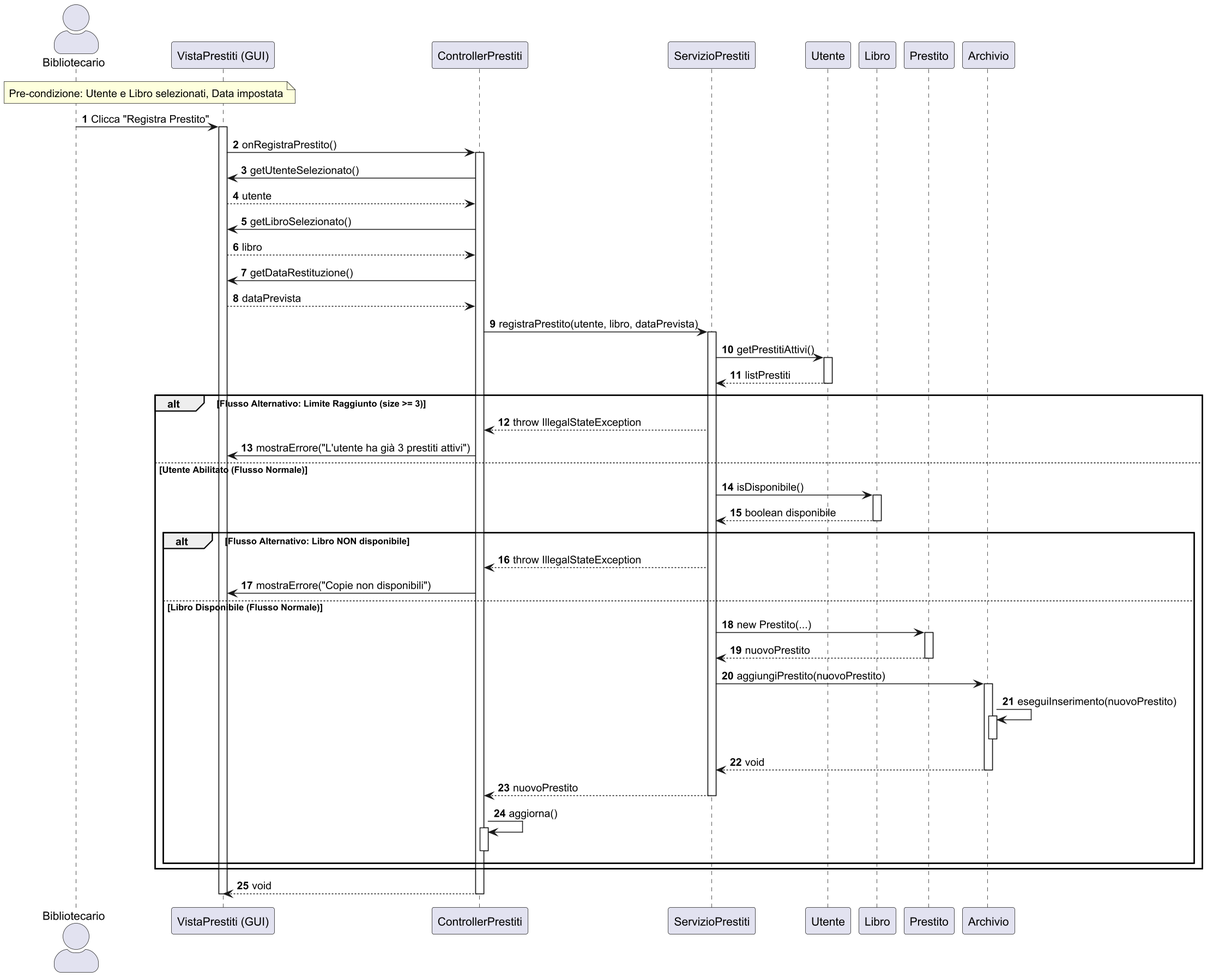
This is docs/Design/Diagrammi di sequenza/UC14.png from digregoriomario/bibliosoft, a PlantUML export, as it was before one commit. The source it was exported from:
```plantuml
@startuml
scale 1.5
skinparam actorStyle awesome
autonumber

actor "Bibliotecario" as User
participant "VistaPrestiti (GUI)" as GUI
participant "ControllerPrestiti" as CP
participant "ServizioPrestiti" as SP
participant "Utente" as ModelUtente
participant "Libro" as ModelLibro
participant "Prestito" as NEW_PRESTITO
participant "Archivio" as ARC

note over User, GUI: Pre-condizione: Utente e Libro selezionati, Data impostata

User -> GUI : Clicca "Registra Prestito"
activate GUI
GUI -> CP : onRegistraPrestito()
activate CP

    CP -> GUI : getUtenteSelezionato()
    GUI --> CP : utente
    CP -> GUI : getLibroSelezionato()
    GUI --> CP : libro
    CP -> GUI : getDataRestituzione()
    GUI --> CP : dataPrevista

    CP -> SP : registraPrestito(utente, libro, dataPrevista)
    activate SP

        SP -> ModelUtente : getPrestitiAttivi()
        activate ModelUtente
        ModelUtente --> SP : listPrestiti
        deactivate ModelUtente

        alt Flusso Alternativo: Limite Raggiunto (size >= 3)
            SP --> CP : throw IllegalStateException

            CP -> GUI : mostraErrore("L'utente ha già 3 prestiti attivi")

        else Utente Abilitato (Flusso Normale)

            SP -> ModelLibro : isDisponibile()
            activate ModelLibro
            ModelLibro --> SP : boolean disponibile
            deactivate ModelLibro

            alt Flusso Alternativo: Libro NON disponibile
                SP --> CP : throw IllegalStateException

                CP -> GUI : mostraErrore("Copie non disponibili")

            else Libro Disponibile (Flusso Normale)
                SP -> NEW_PRESTITO : new Prestito(...)
                activate NEW_PRESTITO
                NEW_PRESTITO --> SP : nuovoPrestito
                deactivate NEW_PRESTITO

                SP -> ARC : aggiungiPrestito(nuovoPrestito)
                activate ARC

                ARC -> ARC : eseguiInserimento(nuovoPrestito)
                activate ARC
                deactivate ARC

                ARC --> SP : void
                deactivate ARC

                SP --> CP : nuovoPrestito
                deactivate SP

                CP -> CP : aggiorna()
                activate CP
                deactivate CP

            end
        end

CP --> GUI : void
deactivate CP
deactivate GUI
@enduml
```
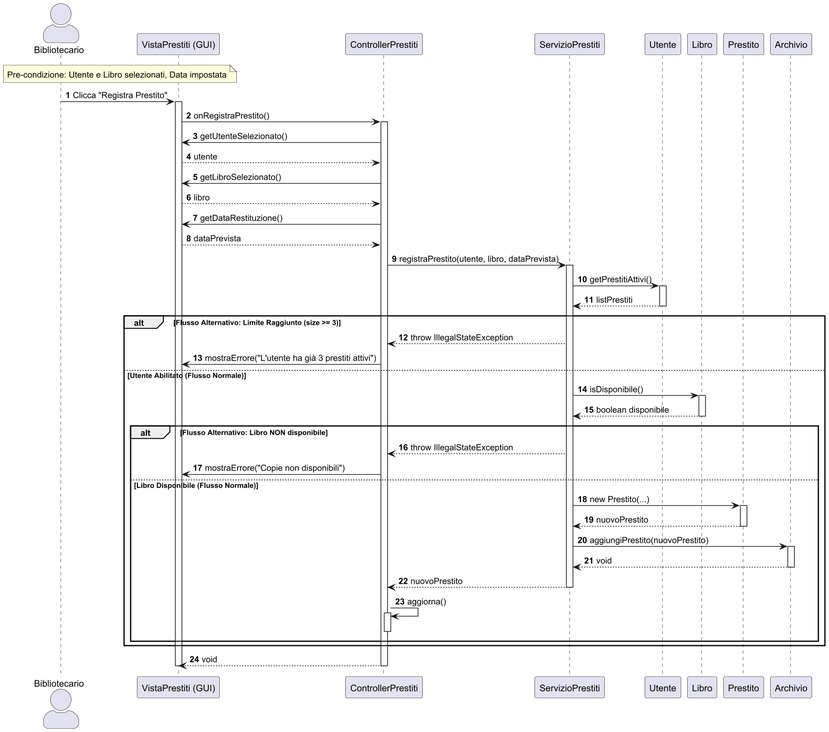
The same diagram one commit later.

The edit, as a diff of the source:
```diff
@@ -1,5 +1,5 @@
 @startuml
-scale 1.5
+scale 2
 skinparam actorStyle awesome
 autonumber
 
@@ -60,10 +60,6 @@
                 SP -> ARC : aggiungiPrestito(nuovoPrestito)
                 activate ARC
 
-                ARC -> ARC : eseguiInserimento(nuovoPrestito)
-                activate ARC
-                deactivate ARC
-
                 ARC --> SP : void
                 deactivate ARC
 
```
